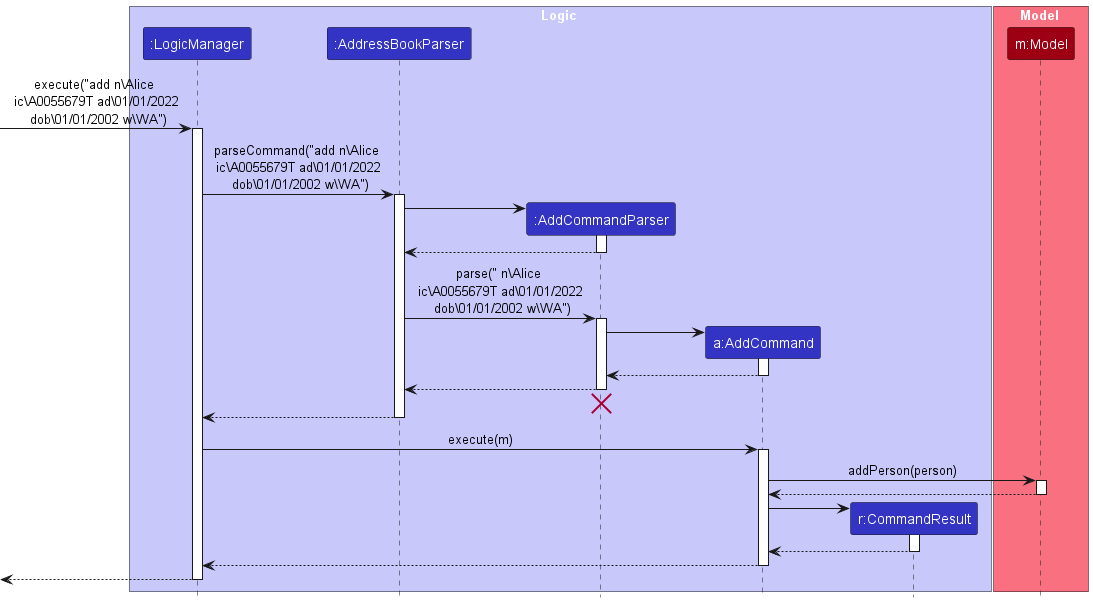
Before: docs/images/AddSequenceDiagram.png, a diagram exported from PlantUML (swtan346/tp).
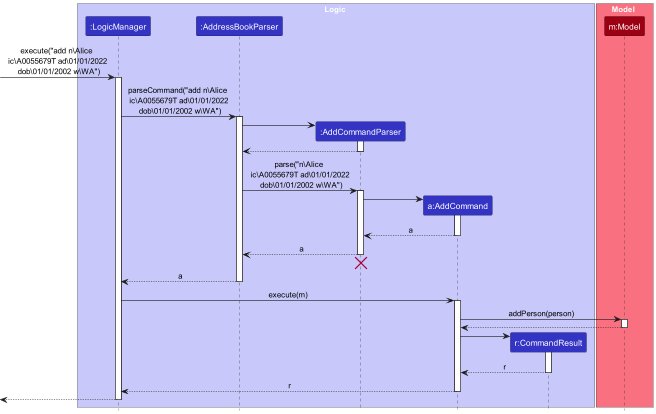
After the commit.

Change to the diagram source:
```diff
@@ -24,22 +24,22 @@
 
 AddCommandParser --> AddressBookParser
 deactivate AddCommandParser
-AddressBookParser -> AddCommandParser : parse(" n\Alice \n ic\A0055679T ad\01/01/2022 \n dob\01/01/2002 w\WA")
+AddressBookParser -> AddCommandParser : parse("n\Alice \n ic\A0055679T ad\01/01/2022 \n dob\01/01/2002 w\WA")
 activate AddCommandParser
 
 create AddCommand
 AddCommandParser -> AddCommand
 activate AddCommand
 
-AddCommand --> AddCommandParser :
+AddCommand --> AddCommandParser : a
 deactivate AddCommand
 
-AddCommandParser --> AddressBookParser
+AddCommandParser --> AddressBookParser : a
 deactivate AddCommandParser
 AddCommandParser -[hidden]-> AddressBookParser
 destroy AddCommandParser
 
-AddressBookParser --> LogicManager
+AddressBookParser --> LogicManager : a
 deactivate AddressBookParser
 
 LogicManager -> AddCommand : execute(m)
@@ -54,10 +54,10 @@
 AddCommand -> CommandResult
 activate CommandResult
 
-CommandResult --> AddCommand
+CommandResult --> AddCommand : r
 deactivate CommandResult
 
-AddCommand --> LogicManager :
+AddCommand --> LogicManager : r
 deactivate AddCommand
 
 [<--LogicManager
```
